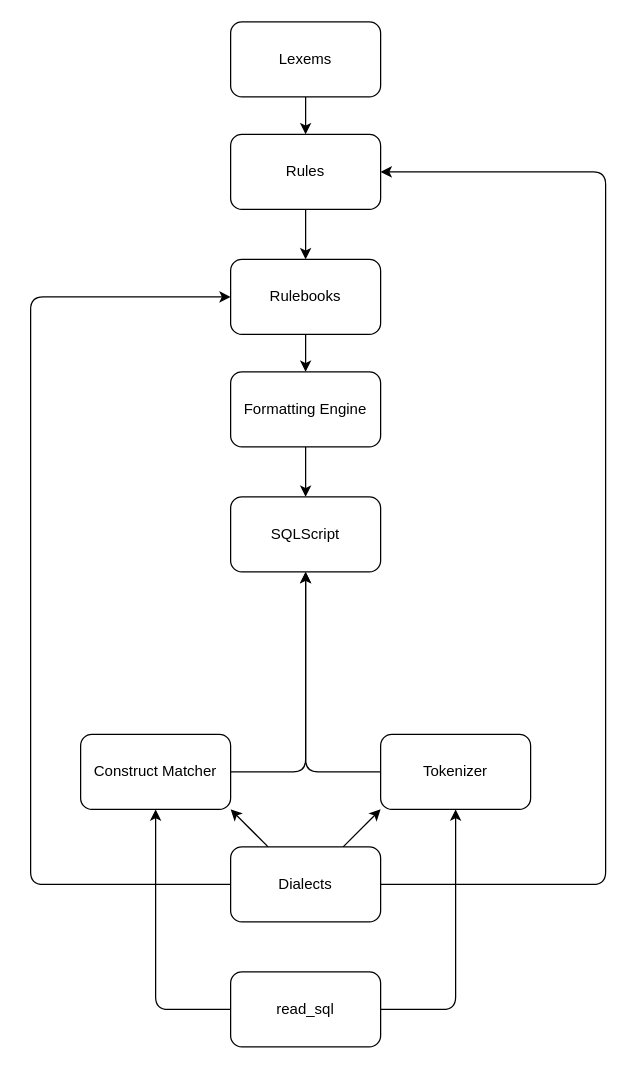
Above: sqltidy-engine.drawio in jrasband-dev/sqltidy (draw.io), before the change. Source tidied: cells renumbered, new cells numbered last; positions are measured from the earlier drawing's top-left corner, leaving out a move shared by most shapes. Both pictures are drawn from the tidied source at 125%, with x=0, y=0 at pixel (30, 21).
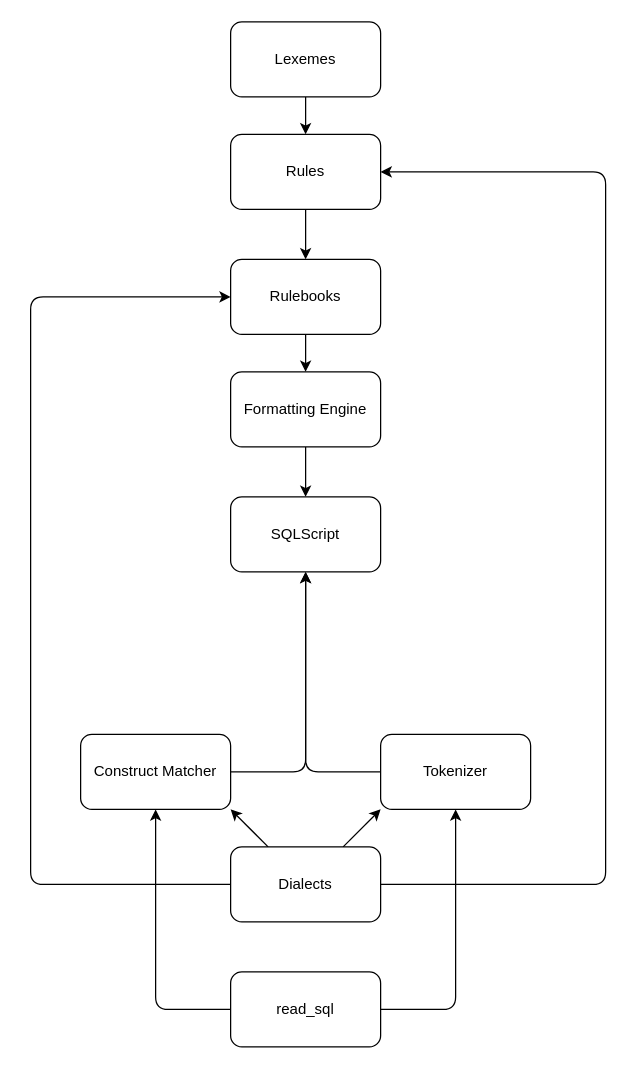
The same diagram, later.

Commit message (it also covers changes not shown here):
Fixed Lexemes Misspelling

The edit, as a diff of the source:
```diff
@@
-    <mxCell id="11" value="Lexems" style="rounded=1;whiteSpace=wrap;html=1;" parent="1" vertex="1">
+    <mxCell id="11" value="Lexemes" style="rounded=1;whiteSpace=wrap;html=1;" parent="1" vertex="1">
       <mxGeometry x="160" width="120" height="60" as="geometry" />
     </mxCell>
```
